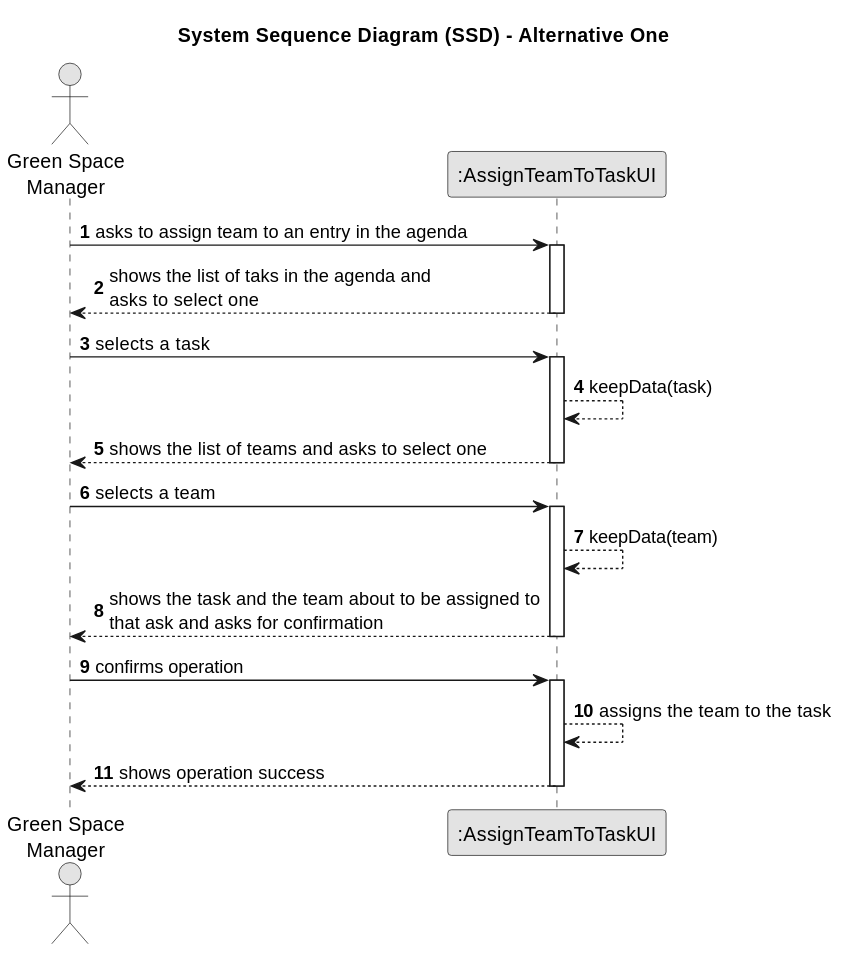
Earlier version of the PlantUML export docs/sprintC/us023/01.requirements-engineering/svg/us023-system-sequence-diagram.svg (Rui-San/LAPR2_2023_2024). Its diagram source:
```plantuml
@startuml
skinparam monochrome true
skinparam packageStyle rectangle
skinparam shadowing false

title System Sequence Diagram (SSD) - Alternative One

autonumber

actor "Green Space\nManager" as GSM
participant ":AssignTeamToTaskUI" as UI

GSM -> UI: asks to assign team to an entry in the agenda
activate UI

    UI --> GSM: shows the list of taks in the agenda and\nasks to select one
deactivate UI

GSM -> UI : selects a task
activate UI

    UI --> UI : keepData(task)
    UI --> GSM: shows the list of teams and asks to select one
deactivate UI

GSM -> UI : selects a team
activate UI

    UI --> UI : keepData(team)
    UI --> GSM: shows the task and the team about to be assigned to\nthat ask and asks for confirmation
deactivate UI

GSM -> UI: confirms operation
activate UI
    UI --> UI : assigns the team to the task
    UI --> GSM: shows operation success
deactivate UI
@enduml
```
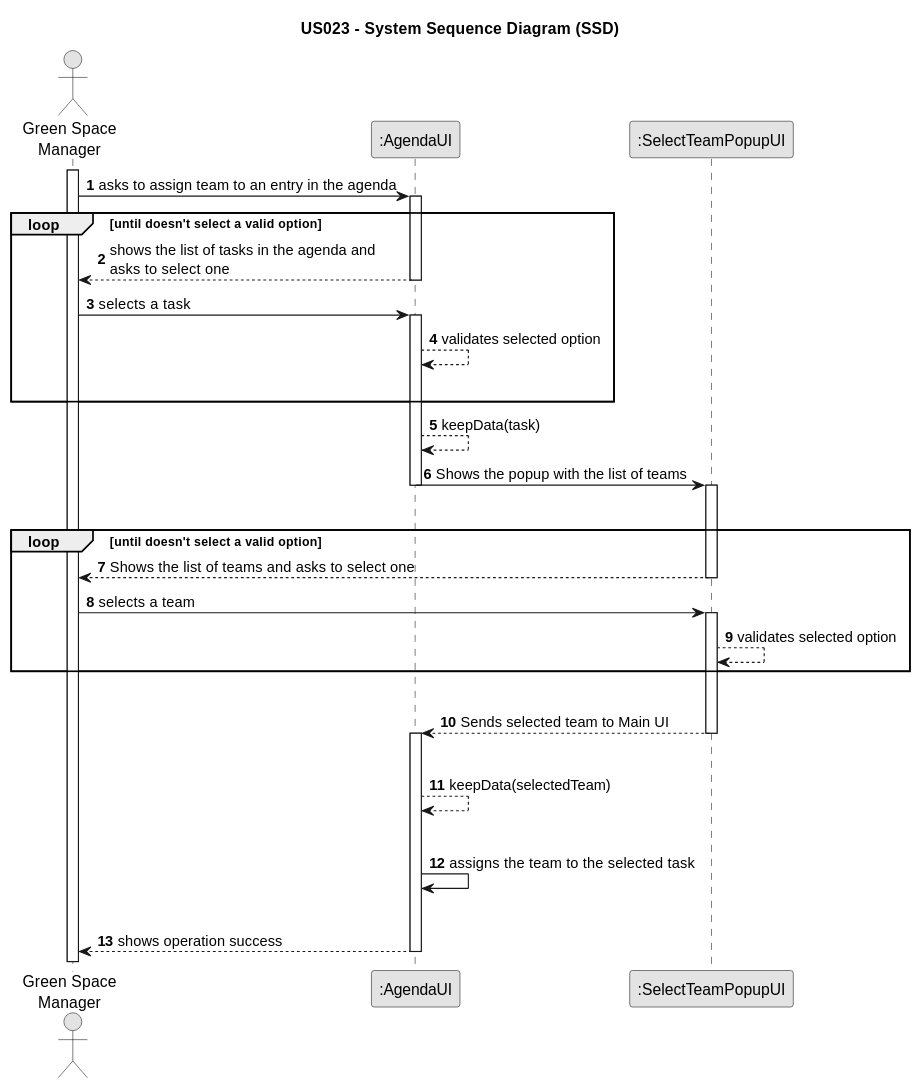
After the change.

Commit message:
US23: update SSD with the new UI popup interaction to select a team

Change to the diagram source:
```diff
@@ -3,36 +3,56 @@
 skinparam packageStyle rectangle
 skinparam shadowing false
 
-title System Sequence Diagram (SSD) - Alternative One
+title US023 - System Sequence Diagram (SSD)
 
 autonumber
 
+
 actor "Green Space\nManager" as GSM
-participant ":AssignTeamToTaskUI" as UI
+participant ":AgendaUI" as UI
+participant ":SelectTeamPopupUI" as POPUP
+
+activate GSM
 
 GSM -> UI: asks to assign team to an entry in the agenda
 activate UI
 
-    UI --> GSM: shows the list of taks in the agenda and\nasks to select one
+    loop until doesn't select a valid option
+
+    UI --> GSM: shows the list of tasks in the agenda and\nasks to select one
 deactivate UI
 
 GSM -> UI : selects a task
 activate UI
+UI --> UI : validates selected option
+|||
+end loop
 
     UI --> UI : keepData(task)
-    UI --> GSM: shows the list of teams and asks to select one
-deactivate UI
 
-GSM -> UI : selects a team
+    UI -> POPUP : Shows the popup with the list of teams
+    deactivate UI
+    activate POPUP
+    |||
+    loop until doesn't select a valid option
+    POPUP --> GSM: Shows the list of teams and asks to select one
+deactivate POPUP
+
+GSM -> POPUP : selects a team
+activate POPUP
+POPUP --> POPUP : validates selected option
+end loop
+|||
+POPUP --> UI : Sends selected team to Main UI
+deactivate POPUP
 activate UI
+    |||
+    UI --> UI : keepData(selectedTeam)
+    |||
+    UI -> UI : assigns the team to the selected task
+    |||
 
-    UI --> UI : keepData(team)
-    UI --> GSM: shows the task and the team about to be assigned to\nthat ask and asks for confirmation
-deactivate UI
 
-GSM -> UI: confirms operation
-activate UI
-    UI --> UI : assigns the team to the task
     UI --> GSM: shows operation success
 deactivate UI
 @enduml
```
